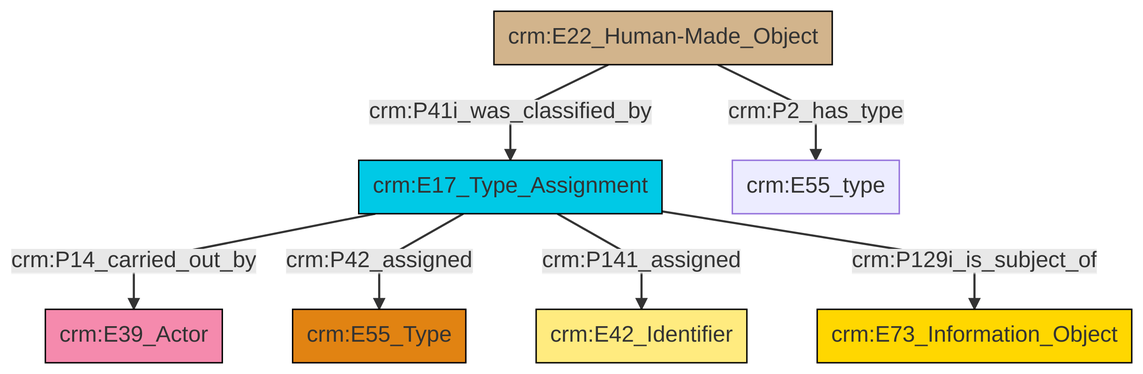
The Mermaid diagram et/builtWorkCSV/ttl/mmd/png/Built_Work_designation_status.png in ncarboni/srdm, before a commit. Its source is kept beside it as et/builtWorkCSV/ttl/mmd/Built_Work_designation_status.ttl.mmd.
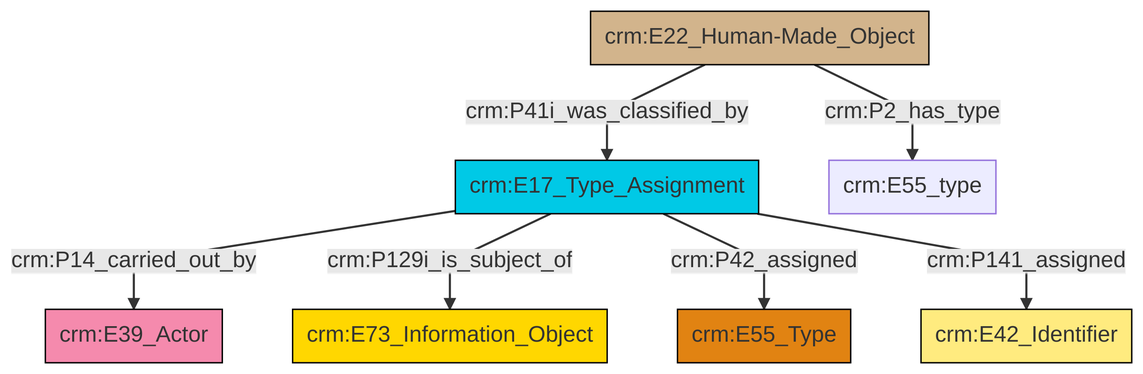
Above is the later version.

Diff of the diagram source:
```diff
@@ -13,9 +13,9 @@
 classDef PC_Classes fill:#4ce600, stroke:#000000;
 classDef Multi fill:#cccccc,stroke:#000000;
 
-2["crm:E17_Type_Assignment"]:::Temporal_Entity -->|crm:P14_carried_out_by| 3["crm:E39_Actor"]:::Actor
-7["crm:E22_Human-Made_Object"]:::Physical_Thing -->|crm:P2_has_type| 8["crm:E55_type"]:::Default
-2["crm:E17_Type_Assignment"]:::Temporal_Entity -->|crm:P42_assigned| 9["crm:E55_Type"]:::Type
-2["crm:E17_Type_Assignment"]:::Temporal_Entity -->|crm:P141_assigned| 0["crm:E42_Identifier"]:::Appellation
-2["crm:E17_Type_Assignment"]:::Temporal_Entity -->|crm:P129i_is_subject_of| 4["crm:E73_Information_Object"]:::Conceptual_Object
-7["crm:E22_Human-Made_Object"]:::Physical_Thing -->|crm:P41i_was_classified_by| 2["crm:E17_Type_Assignment"]:::Temporal_Entity
+0["crm:E22_Human-Made_Object"]:::Physical_Thing -->|crm:P41i_was_classified_by| 1["crm:E17_Type_Assignment"]:::Temporal_Entity
+1["crm:E17_Type_Assignment"]:::Temporal_Entity -->|crm:P14_carried_out_by| 2["crm:E39_Actor"]:::Actor
+1["crm:E17_Type_Assignment"]:::Temporal_Entity -->|crm:P129i_is_subject_of| 3["crm:E73_Information_Object"]:::Conceptual_Object
+0["crm:E22_Human-Made_Object"]:::Physical_Thing -->|crm:P2_has_type| 6["crm:E55_type"]:::Default
+1["crm:E17_Type_Assignment"]:::Temporal_Entity -->|crm:P42_assigned| 8["crm:E55_Type"]:::Type
+1["crm:E17_Type_Assignment"]:::Temporal_Entity -->|crm:P141_assigned| 4["crm:E42_Identifier"]:::Appellation
```
